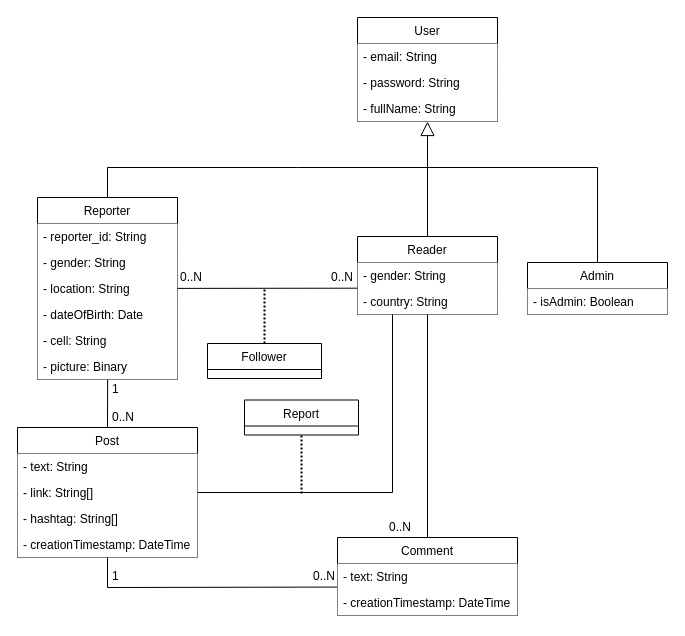
Above: page "Details" (2 of 3) of Docs/Drawio/schemas/DataModelling.drawio in MatteBiondi/LSMSD_SocialNews (draw.io), before the change. Source tidied: cells renumbered, new cells numbered last; positions are measured from the earlier drawing's top-left corner, leaving out a move shared by most shapes. Both pictures are drawn from the tidied source at 100%, with x=0, y=0 at pixel (17, 17).
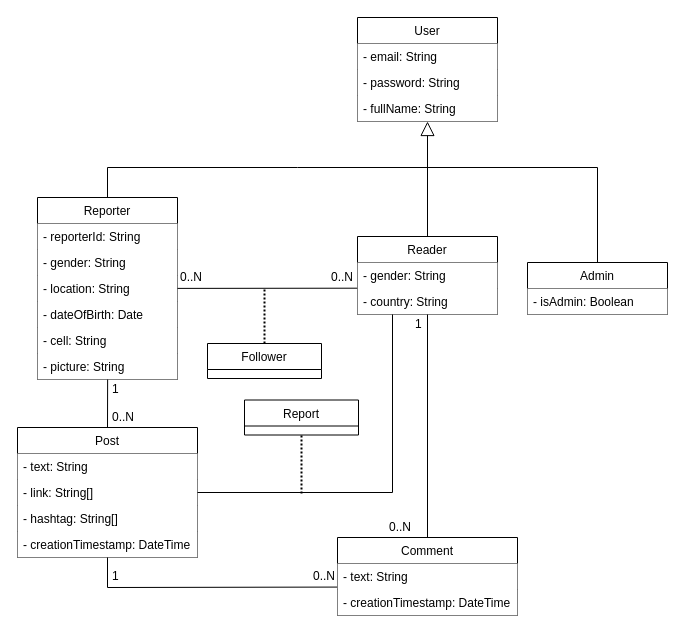
After the change.

Unchanged cells that the change refers to:
```xml
<mxCell id="11" value="Reporter" style="swimlane;fontStyle=0;horizontal=1;startSize=26;fillColor=default;" parent="1" vertex="1">
  <mxGeometry x="20" y="180" width="140" height="182" as="geometry" />
</mxCell>
```

Change to the diagram source:
```diff
@@
-    <mxCell id="12" value="- reporter_id: String" style="text;align=left;verticalAlign=top;spacingLeft=4;spacingRight=4;overflow=hidden;fillColor=default;" parent="11" vertex="1">
+    <mxCell id="12" value="- reporterId: String" style="text;align=left;verticalAlign=top;spacingLeft=4;spacingRight=4;overflow=hidden;fillColor=default;" parent="11" vertex="1">
       <mxGeometry y="26" width="140" height="26" as="geometry" />
     </mxCell>
@@
-    <mxCell id="17" value="- picture: Binary" style="text;align=left;verticalAlign=top;spacingLeft=4;spacingRight=4;overflow=hidden;points=[[0,0.5],[1,0.5]];portConstraint=eastwest;fillColor=default;" parent="11" vertex="1">
+    <mxCell id="17" value="- picture: String" style="text;align=left;verticalAlign=top;spacingLeft=4;spacingRight=4;overflow=hidden;points=[[0,0.5],[1,0.5]];portConstraint=eastwest;fillColor=default;" parent="11" vertex="1">
       <mxGeometry y="156" width="140" height="26" as="geometry" />
     </mxCell>
@@
+    <mxCell id="45" value="1" style="text;html=1;strokeColor=none;fillColor=none;align=left;verticalAlign=middle;whiteSpace=wrap;rounded=0;" parent="1" vertex="1">
+      <mxGeometry x="396" y="297" width="10" height="20" as="geometry" />
+    </mxCell>
```
